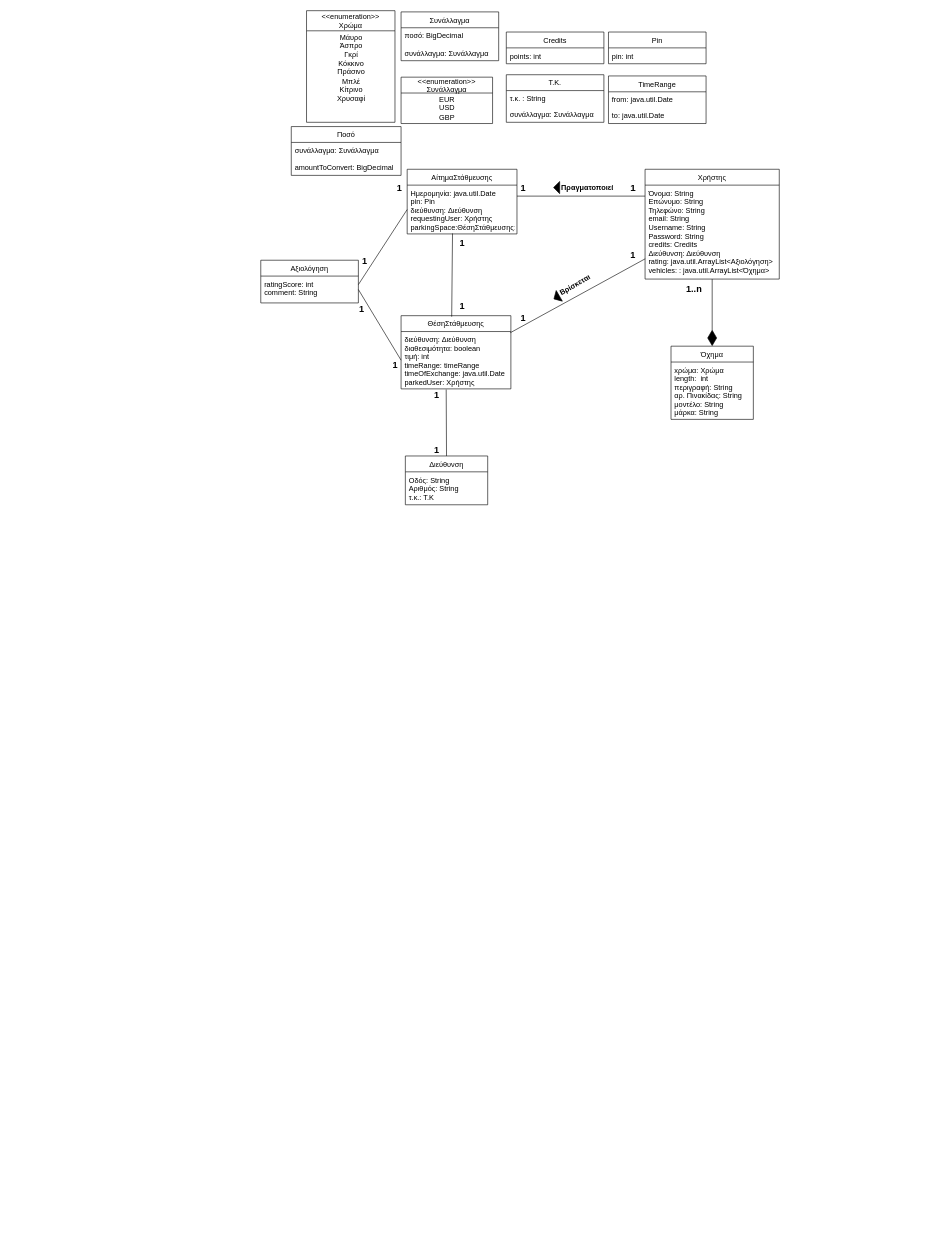
Before: requirements/DRAWIO files/classDiagram.drawio in ntinouldinho/Parking-App, a draw.io diagram. Source tidied: cells renumbered, new cells numbered last; positions are measured from the earlier drawing's top-left corner, leaving out a move shared by most shapes. Both pictures are drawn from the tidied source at 61%, with x=0, y=0 at pixel (260, 10).
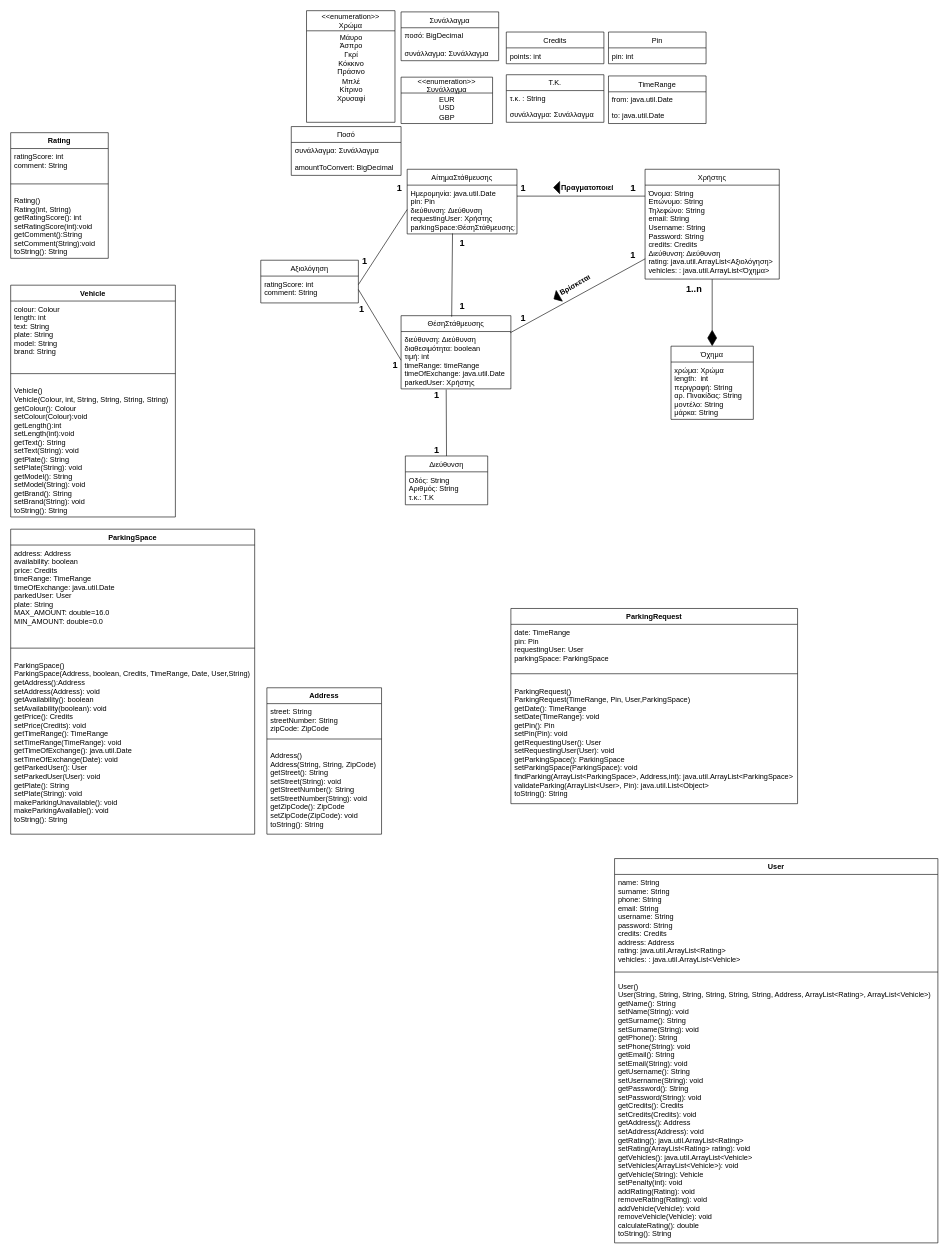
After the change.

What changed in the source:
```diff
@@
+    <mxCell id="56" value="Vehicle" style="swimlane;fontStyle=1;align=center;verticalAlign=top;horizontal=1;startSize=26;" parent="1" vertex="1">
+      <mxGeometry x="-410" y="450" width="270" height="380" as="geometry" />
+    </mxCell>
+    <mxCell id="57" value="colour: Colour&#10;length: int&#10;text: String&#10;plate: String&#10;model: String&#10;brand: String" style="text;strokeColor=none;fillColor=none;align=left;verticalAlign=top;spacingLeft=4;spacingRight=4;overflow=hidden;" parent="56" vertex="1">
+      <mxGeometry y="26" width="270" height="104" as="geometry" />
+    </mxCell>
+    <mxCell id="58" style="line;strokeWidth=1;fillColor=none;align=left;verticalAlign=middle;spacingTop=-1;spacingLeft=3;spacingRight=3;labelPosition=right;" parent="56" vertex="1">
+      <mxGeometry y="130" width="270" height="30" as="geometry" />
+    </mxCell>
+    <mxCell id="59" value="Vehicle()&#10;Vehicle(Colour, int, String, String, String, String)&#10;getColour(): Colour&#10;setColour(Colour):void&#10;getLength():int&#10;setLength(int):void&#10;getText(): String&#10;setText(String): void&#10;getPlate(): String&#10;setPlate(String): void&#10;getModel(): String&#10;setModel(String): void&#10;getBrand(): String&#10;setBrand(String): void&#10;toString(): String&#10;" style="text;strokeColor=none;fillColor=none;align=left;verticalAlign=top;spacingLeft=4;spacingRight=4;overflow=hidden;" parent="56" vertex="1">
+      <mxGeometry y="160" width="270" height="220" as="geometry" />
+    </mxCell>
+    <mxCell id="60" value="Rating" style="swimlane;fontStyle=1;align=center;verticalAlign=top;horizontal=1;startSize=26;" parent="1" vertex="1">
+      <mxGeometry x="-410" y="200" width="160" height="206" as="geometry" />
+    </mxCell>
+    <mxCell id="61" value="ratingScore: int&#10;comment: String" style="text;strokeColor=none;fillColor=none;align=left;verticalAlign=top;spacingLeft=4;spacingRight=4;overflow=hidden;" parent="60" vertex="1">
+      <mxGeometry y="26" width="160" height="44" as="geometry" />
+    </mxCell>
+    <mxCell id="62" style="line;strokeWidth=1;fillColor=none;align=left;verticalAlign=middle;spacingTop=-1;spacingLeft=3;spacingRight=3;labelPosition=right;" parent="60" vertex="1">
+      <mxGeometry y="70" width="160" height="28" as="geometry" />
+    </mxCell>
+    <mxCell id="63" value=" Rating()&#10;Rating(int, String)&#10;getRatingScore(): int&#10;setRatingScore(int):void&#10;getComment():String&#10;setComment(String):void&#10;toString(): String" style="text;strokeColor=none;fillColor=none;align=left;verticalAlign=top;spacingLeft=4;spacingRight=4;overflow=hidden;" parent="60" vertex="1">
+      <mxGeometry y="98" width="160" height="108" as="geometry" />
+    </mxCell>
+    <mxCell id="64" value="ParkingSpace" style="swimlane;fontStyle=1;align=center;verticalAlign=top;horizontal=1;startSize=26;" parent="1" vertex="1">
+      <mxGeometry x="-410" y="850" width="400" height="500" as="geometry" />
+    </mxCell>
+    <mxCell id="65" value="address: Address&#10;availability: boolean&#10;price: Credits&#10;timeRange: TimeRange&#10;timeOfExchange: java.util.Date&#10;parkedUser: User&#10;plate: String&#10;MAX_AMOUNT: double=16.0&#10;MIN_AMOUNT: double=0.0&#10;" style="text;strokeColor=none;fillColor=none;align=left;verticalAlign=top;spacingLeft=4;spacingRight=4;overflow=hidden;" parent="64" vertex="1">
+      <mxGeometry y="26" width="400" height="154" as="geometry" />
+    </mxCell>
+    <mxCell id="66" style="line;strokeWidth=1;fillColor=none;align=left;verticalAlign=middle;spacingTop=-1;spacingLeft=3;spacingRight=3;labelPosition=right;" parent="64" vertex="1">
+      <mxGeometry y="180" width="400" height="30" as="geometry" />
+    </mxCell>
+    <mxCell id="67" value="ParkingSpace()&#10;ParkingSpace(Address, boolean, Credits, TimeRange, Date, User,String)&#10;getAddress():Address&#10;setAddress(Address): void&#10;getAvailability(): boolean&#10;setAvailability(boolean): void&#10;getPrice(): Credits&#10;setPrice(Credits): void&#10;getTimeRange(): TimeRange&#10;setTimeRange(TimeRange): void&#10;getTimeOfExchange(): java.util.Date&#10;setTimeOfExchange(Date): void&#10;getParkedUser(): User&#10;setParkedUser(User): void&#10;getPlate(): String&#10;setPlate(String): void&#10;makeParkingUnavailable(): void&#10;makeParkingAvailable(): void&#10;toString(): String&#10;" style="text;strokeColor=none;fillColor=none;align=left;verticalAlign=top;spacingLeft=4;spacingRight=4;overflow=hidden;" parent="64" vertex="1">
+      <mxGeometry y="210" width="400" height="290" as="geometry" />
+    </mxCell>
+    <mxCell id="68" value="ParkingRequest" style="swimlane;fontStyle=1;align=center;verticalAlign=top;horizontal=1;startSize=26;" parent="1" vertex="1">
+      <mxGeometry x="410" y="980" width="470" height="320" as="geometry" />
+    </mxCell>
+    <mxCell id="69" value="date: TimeRange&#10;pin: Pin&#10;requestingUser: User&#10;parkingSpace: ParkingSpace&#10;" style="text;strokeColor=none;fillColor=none;align=left;verticalAlign=top;spacingLeft=4;spacingRight=4;overflow=hidden;" parent="68" vertex="1">
+      <mxGeometry y="26" width="470" height="66" as="geometry" />
+    </mxCell>
+    <mxCell id="70" style="line;strokeWidth=1;fillColor=none;align=left;verticalAlign=middle;spacingTop=-1;spacingLeft=3;spacingRight=3;labelPosition=right;" parent="68" vertex="1">
+      <mxGeometry y="92" width="470" height="30" as="geometry" />
+    </mxCell>
+    <mxCell id="71" value="ParkingRequest()&#10;ParkingRequest(TimeRange, Pin, User,ParkingSpace)&#10;getDate(): TimeRange&#10;setDate(TimeRange): void&#10;getPin(): Pin&#10;setPin(Pin): void&#10;getRequestingUser(): User&#10;setRequestingUser(User): void &#10;getParkingSpace(): ParkingSpace&#10;setParkingSpace(ParkingSpace): void&#10;findParking(ArrayList&lt;ParkingSpace&gt;, Address,int): java.util.ArrayList&lt;ParkingSpace&gt;&#10;validateParking(ArrayList&lt;User&gt;, Pin): java.util.List&lt;Object&gt;&#10;toString(): String" style="text;strokeColor=none;fillColor=none;align=left;verticalAlign=top;spacingLeft=4;spacingRight=4;overflow=hidden;" parent="68" vertex="1">
+      <mxGeometry y="122" width="470" height="198" as="geometry" />
+    </mxCell>
+    <mxCell id="72" value="Address" style="swimlane;fontStyle=1;align=center;verticalAlign=top;horizontal=1;startSize=26;" parent="1" vertex="1">
+      <mxGeometry x="10" y="1110" width="188" height="240" as="geometry" />
+    </mxCell>
+    <mxCell id="73" value="street: String&#10;streetNumber: String&#10;zipCode: ZipCode" style="text;strokeColor=none;fillColor=none;align=left;verticalAlign=top;spacingLeft=4;spacingRight=4;overflow=hidden;" parent="72" vertex="1">
+      <mxGeometry y="26" width="188" height="44" as="geometry" />
+    </mxCell>
+    <mxCell id="74" style="line;strokeWidth=1;fillColor=none;align=left;verticalAlign=middle;spacingTop=-1;spacingLeft=3;spacingRight=3;labelPosition=right;" parent="72" vertex="1">
+      <mxGeometry y="70" width="188" height="28" as="geometry" />
+    </mxCell>
+    <mxCell id="75" value="Address()&#10;Address(String, String, ZipCode)&#10;getStreet(): String&#10;setStreet(String): void&#10;getStreetNumber(): String&#10;setStreetNumber(String): void&#10;getZipCode(): ZipCode&#10;setZipCode(ZipCode): void&#10;toString(): String" style="text;strokeColor=none;fillColor=none;align=left;verticalAlign=top;spacingLeft=4;spacingRight=4;overflow=hidden;" parent="72" vertex="1">
+      <mxGeometry y="98" width="188" height="142" as="geometry" />
+    </mxCell>
+    <mxCell id="76" value="User" style="swimlane;fontStyle=1;align=center;verticalAlign=top;horizontal=1;startSize=26;" parent="1" vertex="1">
+      <mxGeometry x="580" y="1390" width="530" height="630" as="geometry" />
+    </mxCell>
+    <mxCell id="77" value="name: String&#10;surname: String&#10;phone: String&#10;email: String&#10;username: String&#10;password: String&#10;credits: Credits&#10;address: Address&#10;rating: java.util.ArrayList&lt;Rating&gt;&#10;vehicles: : java.util.ArrayList&lt;Vehicle&gt;&#10;" style="text;strokeColor=none;fillColor=none;align=left;verticalAlign=top;spacingLeft=4;spacingRight=4;overflow=hidden;" parent="76" vertex="1">
+      <mxGeometry y="26" width="530" height="150" as="geometry" />
+    </mxCell>
+    <mxCell id="78" style="line;strokeWidth=1;fillColor=none;align=left;verticalAlign=middle;spacingTop=-1;spacingLeft=3;spacingRight=3;labelPosition=right;" parent="76" vertex="1">
+      <mxGeometry y="176" width="530" height="20" as="geometry" />
+    </mxCell>
+    <mxCell id="79" value="User()&#10;User(String, String, String, String, String, String, Address, ArrayList&lt;Rating&gt;, ArrayList&lt;Vehicle&gt;)&#10;getName(): String&#10;setName(String): void&#10;getSurname(): String&#10;setSurname(String): void&#10;getPhone(): String&#10;setPhone(String): void&#10;getEmail(): String&#10;setEmail(String): void&#10;getUsername(): String&#10;setUsername(String): void&#10;getPassword(): String&#10;setPassword(String): void&#10;getCredits(): Credits&#10;setCredits(Credits): void&#10;getAddress(): Address&#10;setAddress(Address): void&#10;getRating(): java.util.ArrayList&lt;Rating&gt;&#10;setRating(ArrayList&lt;Rating&gt; rating): void&#10;getVehicles(): java.util.ArrayList&lt;Vehicle&gt;&#10;setVehicles(ArrayList&lt;Vehicle&gt;): void&#10;getVehicle(String): Vehicle&#10;setPenalty(int): void&#10;addRating(Rating): void&#10;removeRating(Rating): void&#10;addVehicle(Vehicle): void&#10;removeVehicle(Vehicle): void&#10;calculateRating(): double&#10;toString(): String" style="text;strokeColor=none;fillColor=none;align=left;verticalAlign=top;spacingLeft=4;spacingRight=4;overflow=hidden;" parent="76" vertex="1">
+      <mxGeometry y="196" width="530" height="434" as="geometry" />
+    </mxCell>
```
